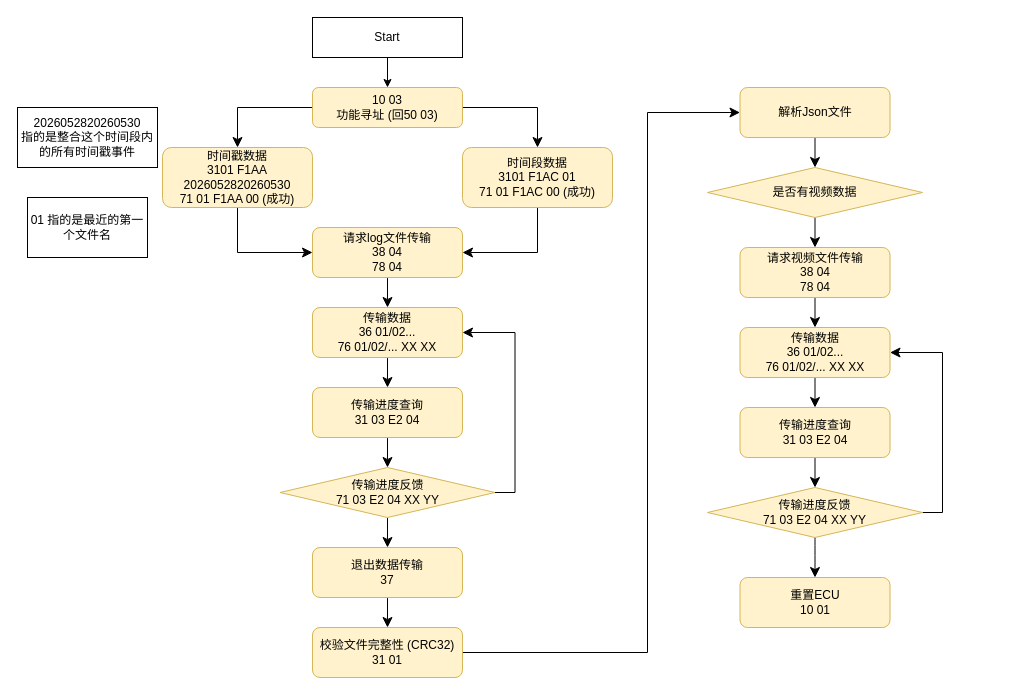
This is page "Page-5" (5 of 5) of HJtodolist.drawio from YuzhouYe/peb, a draw.io file, before an edit. Source tidied: cells renumbered, new cells numbered last; positions are measured from the earlier drawing's top-left corner, leaving out a move shared by most shapes. Both pictures are drawn from the tidied source at 100%, with x=0, y=0 at pixel (17, 17).
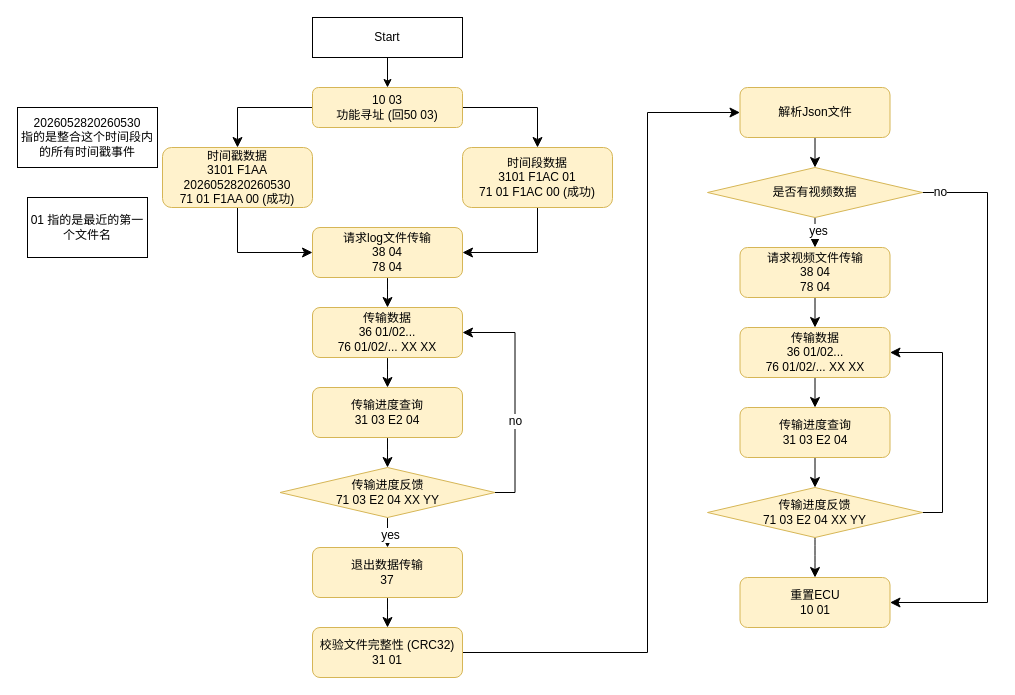
After the change.

Unchanged cells that the change refers to:
```xml
<mxCell id="18" style="edgeStyle=none;curved=1;rounded=0;jettySize=auto;html=1;exitX=0.5;exitY=1;exitDx=0;exitDy=0;entryX=0.5;entryY=0;entryDx=0;entryDy=0;fontSize=12;startSize=8;endSize=8;" parent="1" edge="1" source="20" target="17">
  <mxGeometry relative="1" as="geometry" />
</mxCell>
<mxCell id="19" style="edgeStyle=orthogonalEdgeStyle;rounded=0;jettySize=auto;html=1;exitX=1;exitY=0.5;exitDx=0;exitDy=0;entryX=1;entryY=0.5;entryDx=0;entryDy=0;fontSize=12;startSize=8;endSize=8;" parent="1" edge="1" source="20" target="12">
  <mxGeometry relative="1" as="geometry" />
</mxCell>
<mxCell id="29" style="edgeStyle=none;curved=1;rounded=0;jettySize=auto;html=1;exitX=0.5;exitY=1;exitDx=0;exitDy=0;entryX=0.5;entryY=0;entryDx=0;entryDy=0;fontSize=12;startSize=8;endSize=8;" parent="1" edge="1" source="30" target="32">
  <mxGeometry relative="1" as="geometry" />
</mxCell>
<mxCell id="30" value="是否有视频数据" style="rhombus;whiteSpace=wrap;html=1;fillColor=#fff2cc;strokeColor=#d6b656;" parent="1" vertex="1">
  <mxGeometry x="690" y="150" width="215" height="50" as="geometry" />
</mxCell>
<mxCell id="40" value="&lt;div&gt;重置ECU&lt;/div&gt;&lt;div&gt;10 01&lt;/div&gt;" style="rounded=1;whiteSpace=wrap;html=1;fillColor=#fff2cc;strokeColor=#d6b656;" parent="1" vertex="1">
  <mxGeometry x="722.5" y="560" width="150" height="50" as="geometry" />
</mxCell>
```

Diff of the diagram source:
```diff
@@
+    <mxCell id="41" value="yes" style="edgeLabel;html=1;align=center;verticalAlign=middle;fontSize=12;" parent="18" vertex="1">
+      <mxGeometry x="0.14" y="2" relative="1" as="geometry" />
+    </mxCell>
@@
+    <mxCell id="42" value="no" style="edgeLabel;html=1;align=center;verticalAlign=middle;fontSize=12;" parent="19" vertex="1">
+      <mxGeometry x="-0.21" relative="1" as="geometry" />
+    </mxCell>
@@
+    <mxCell id="43" value="yes" style="edgeLabel;html=1;align=center;verticalAlign=middle;fontSize=12;" parent="29" vertex="1">
+      <mxGeometry x="-0.11" y="3" relative="1" as="geometry" />
+    </mxCell>
+    <mxCell id="44" style="edgeStyle=orthogonalEdgeStyle;rounded=0;jettySize=auto;html=1;exitX=1;exitY=0.5;exitDx=0;exitDy=0;entryX=1;entryY=0.5;entryDx=0;entryDy=0;fontSize=12;startSize=8;endSize=8;" parent="1" edge="1" source="30" target="40">
+      <mxGeometry relative="1" as="geometry">
+        <Array as="points">
+          <mxPoint x="970" y="175" />
+          <mxPoint x="970" y="585" />
+        </Array>
+      </mxGeometry>
+    </mxCell>
+    <mxCell id="45" value="no" style="edgeLabel;html=1;align=center;verticalAlign=middle;fontSize=12;" parent="44" vertex="1">
+      <mxGeometry x="-0.94" y="1" relative="1" as="geometry" />
+    </mxCell>
```
